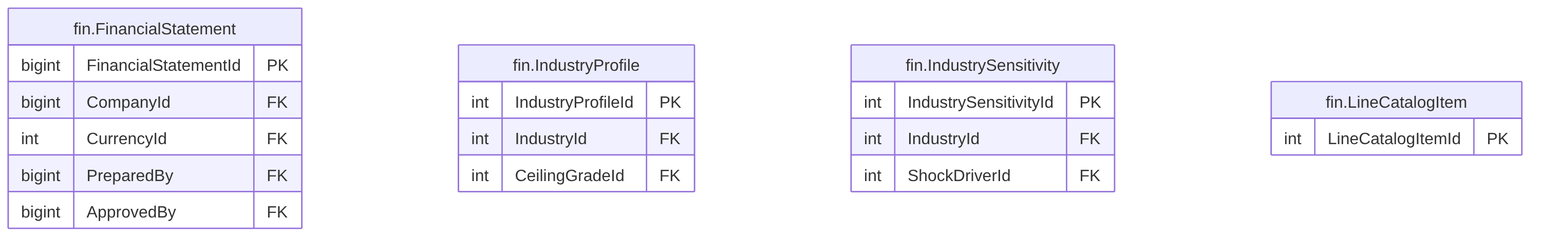
Earlier version of the Mermaid export treasury-platform/docs/diagrams/erd/m5_financials_7.png (thawrasy/smartlines). Its source is kept beside it as treasury-platform/docs/diagrams/erd/m5_financials_7.mmd.
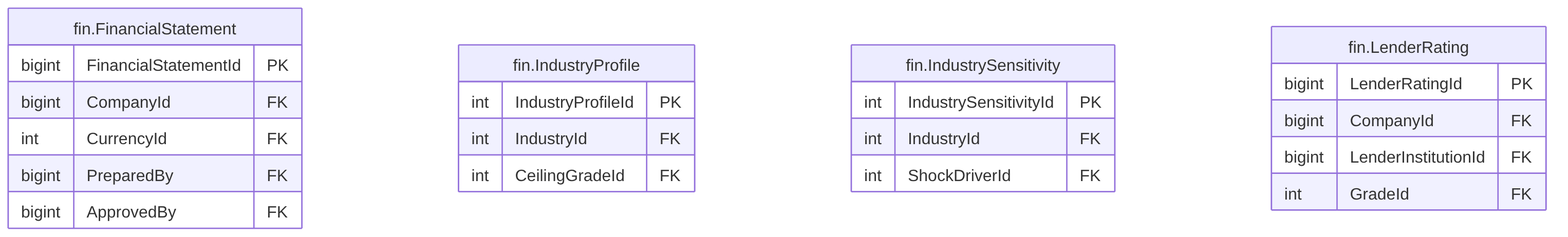
The same file after the commit.

Change to the diagram source:
```diff
@@ -16,6 +16,9 @@
     int IndustryId FK
     int ShockDriverId FK
   }
-  fin_LineCatalogItem["fin.LineCatalogItem"] {
-    int LineCatalogItemId PK
+  fin_LenderRating["fin.LenderRating"] {
+    bigint LenderRatingId PK
+    bigint CompanyId FK
+    bigint LenderInstitutionId FK
+    int GradeId FK
   }
```
